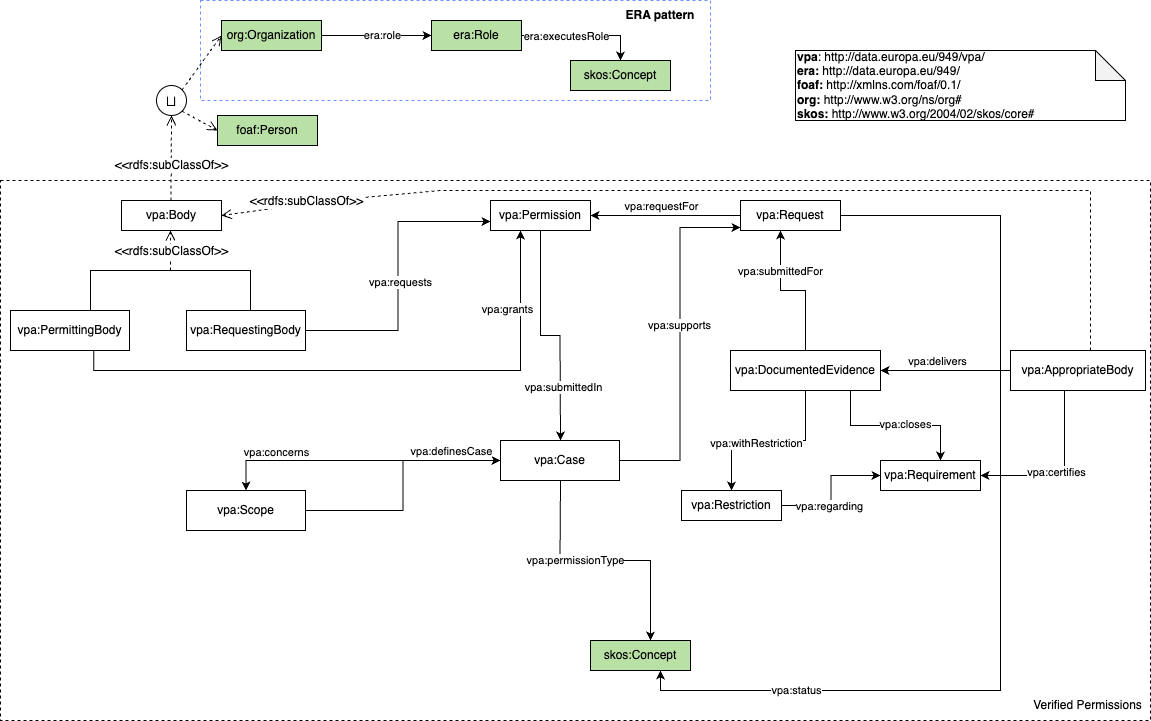
gatemezing/Ontology_Workflow_Testing keeps this draw.io diagram as vpa-doc/doc/resources/img/vpa-onto.png. Above is the earlier version. Source tidied: cells renumbered, new cells last; positions are measured from the earlier drawing's top-left corner, leaving out a move shared by most shapes.
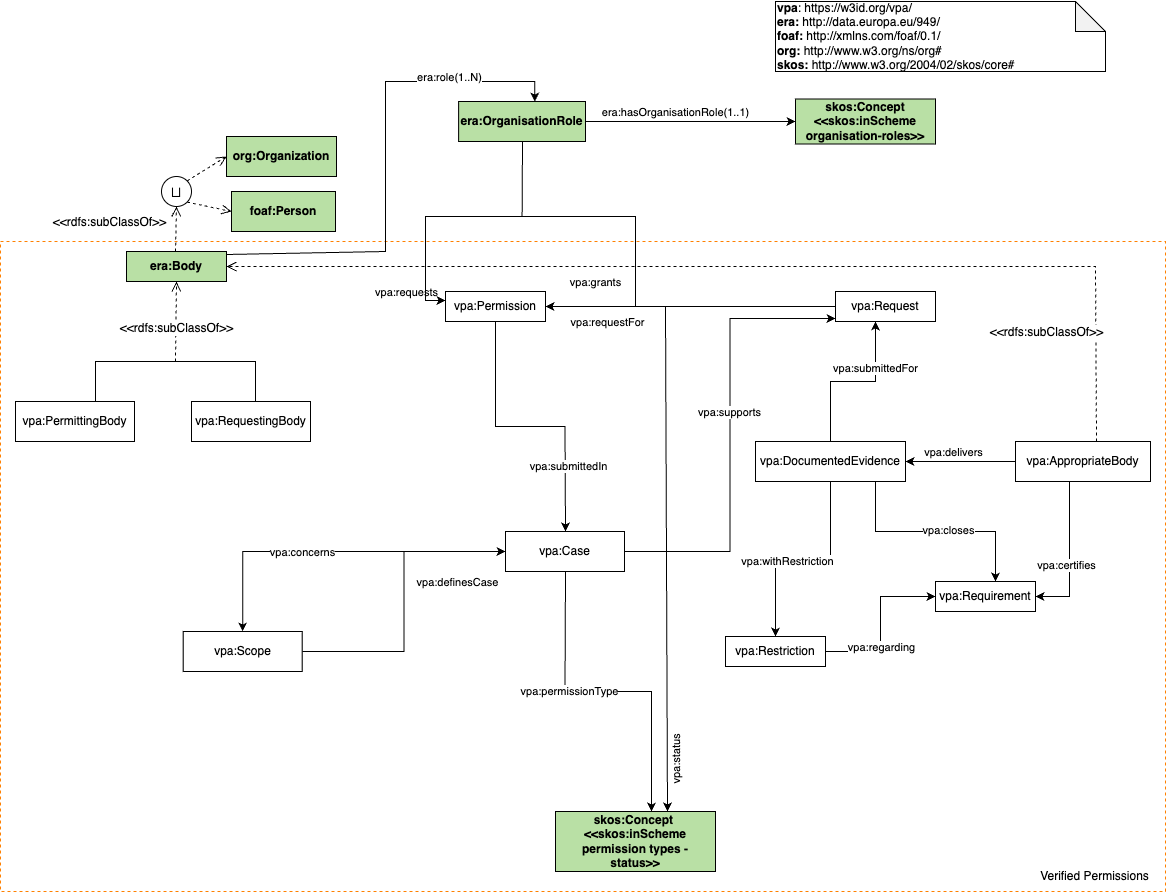
Later version of the same file.

What changed in the source:
```diff
@@ -4,10 +4,7 @@
     <mxCell id="1" parent="0" />
-    <mxCell id="2" style="rounded=0;whiteSpace=wrap;html=1;dashed=1;" parent="1" vertex="1">
-      <mxGeometry y="180" width="1150" height="540" as="geometry" />
+    <mxCell id="2" style="rounded=0;whiteSpace=wrap;html=1;dashed=1;strokeColor=#FF8000;" parent="1" vertex="1">
+      <mxGeometry x="-5" y="150" width="1165" height="650" as="geometry" />
     </mxCell>
-    <mxCell id="3" style="rounded=0;whiteSpace=wrap;html=1;dashed=1;strokeColor=#6991FF;" parent="1" vertex="1">
-      <mxGeometry x="200" width="510" height="100" as="geometry" />
-    </mxCell>
-    <mxCell id="4" value="&lt;div&gt;&lt;b&gt;vpa&lt;/b&gt;:&amp;nbsp;&lt;span style=&quot;background-color: initial;&quot;&gt;http://data.europa.eu/949/vpa/&lt;/span&gt;&lt;/div&gt;&lt;div&gt;&lt;b style=&quot;background-color: initial;&quot;&gt;era:&lt;/b&gt;&lt;span style=&quot;background-color: initial;&quot;&gt; http://data.europa.eu/949/&lt;/span&gt;&lt;/div&gt;&lt;div&gt;&lt;span style=&quot;background-color: initial;&quot;&gt;&lt;b&gt;foaf:&amp;nbsp;&lt;/b&gt;&lt;/span&gt;&lt;span style=&quot;background-color: initial;&quot;&gt;http://xmlns.com/foaf/0.1/&lt;/span&gt;&lt;/div&gt;&lt;b&gt;org:&amp;nbsp;&lt;/b&gt;http://www.w3.org/ns/org#&lt;div&gt;&lt;b&gt;skos:&lt;/b&gt;&lt;span style=&quot;background-color: initial;&quot;&gt;&amp;nbsp;http://www.w3.org/2004/02/skos/core#&lt;/span&gt;&lt;/div&gt;" style="shape=note;whiteSpace=wrap;html=1;backgroundOutline=1;darkOpacity=0.05;align=left;rotation=0;" parent="1" vertex="1">
-      <mxGeometry x="795" y="50" width="330" height="70" as="geometry" />
+    <mxCell id="4" value="&lt;div&gt;&lt;b&gt;vpa&lt;/b&gt;:&amp;nbsp;&lt;span style=&quot;background-color: initial;&quot;&gt;https://w3id.org/vpa/&lt;/span&gt;&lt;/div&gt;&lt;div&gt;&lt;b style=&quot;background-color: initial;&quot;&gt;era:&lt;/b&gt;&lt;span style=&quot;background-color: initial;&quot;&gt; http://data.europa.eu/949/&lt;/span&gt;&lt;/div&gt;&lt;div&gt;&lt;span style=&quot;background-color: initial;&quot;&gt;&lt;b&gt;foaf:&amp;nbsp;&lt;/b&gt;&lt;/span&gt;&lt;span style=&quot;background-color: initial;&quot;&gt;http://xmlns.com/foaf/0.1/&lt;/span&gt;&lt;/div&gt;&lt;b&gt;org:&amp;nbsp;&lt;/b&gt;http://www.w3.org/ns/org#&lt;div&gt;&lt;b&gt;skos:&lt;/b&gt;&lt;span style=&quot;background-color: initial;&quot;&gt;&amp;nbsp;http://www.w3.org/2004/02/skos/core#&lt;/span&gt;&lt;/div&gt;" style="shape=note;whiteSpace=wrap;html=1;backgroundOutline=1;darkOpacity=0.05;align=left;rotation=0;" parent="1" vertex="1">
+      <mxGeometry x="770" y="-90" width="330" height="70" as="geometry" />
     </mxCell>
@@ -16,4 +13,4 @@
     </mxCell>
-    <mxCell id="6" value="foaf:Person" style="rounded=0;whiteSpace=wrap;html=1;snapToPoint=1;points=[[0.1,0],[0.2,0],[0.3,0],[0.4,0],[0.5,0],[0.6,0],[0.7,0],[0.8,0],[0.9,0],[0,0.1],[0,0.3],[0,0.5],[0,0.7],[0,0.9],[0.1,1],[0.2,1],[0.3,1],[0.4,1],[0.5,1],[0.6,1],[0.7,1],[0.8,1],[0.9,1],[1,0.1],[1,0.3],[1,0.5],[1,0.7],[1,0.9]];fillColor=#B9E0A5;" parent="1" vertex="1">
-      <mxGeometry x="217" y="115" width="100" height="30" as="geometry" />
+    <mxCell id="6" value="&lt;b&gt;foaf:Person&lt;/b&gt;" style="rounded=0;whiteSpace=wrap;html=1;snapToPoint=1;points=[[0.1,0],[0.2,0],[0.3,0],[0.4,0],[0.5,0],[0.6,0],[0.7,0],[0.8,0],[0.9,0],[0,0.1],[0,0.3],[0,0.5],[0,0.7],[0,0.9],[0.1,1],[0.2,1],[0.3,1],[0.4,1],[0.5,1],[0.6,1],[0.7,1],[0.8,1],[0.9,1],[1,0.1],[1,0.3],[1,0.5],[1,0.7],[1,0.9]];fillColor=#B9E0A5;" parent="1" vertex="1">
+      <mxGeometry x="226" y="100" width="104" height="40" as="geometry" />
     </mxCell>
@@ -25,13 +22,14 @@
     </mxCell>
+    <mxCell id="68" style="edgeStyle=orthogonalEdgeStyle;rounded=0;jettySize=auto;html=1;entryX=0.6;entryY=0;entryDx=0;entryDy=0;" parent="1" edge="1" source="9" target="17">
+      <mxGeometry relative="1" as="geometry">
+        <Array as="points">
+          <mxPoint x="380" y="160" />
+          <mxPoint x="380" y="-10" />
+          <mxPoint x="529" y="-10" />
+        </Array>
+      </mxGeometry>
+    </mxCell>
-    <mxCell id="9" value="vpa:Body" style="rounded=0;whiteSpace=wrap;html=1;snapToPoint=1;points=[[0.1,0],[0.2,0],[0.3,0],[0.4,0],[0.5,0],[0.6,0],[0.7,0],[0.8,0],[0.9,0],[0,0.1],[0,0.3],[0,0.5],[0,0.7],[0,0.9],[0.1,1],[0.2,1],[0.3,1],[0.4,1],[0.5,1],[0.6,1],[0.7,1],[0.8,1],[0.9,1],[1,0.1],[1,0.3],[1,0.5],[1,0.7],[1,0.9]];" parent="1" vertex="1">
-      <mxGeometry x="121" y="200" width="100" height="30" as="geometry" />
+    <mxCell id="9" value="&lt;b&gt;era:Body&lt;/b&gt;" style="rounded=0;whiteSpace=wrap;html=1;snapToPoint=1;points=[[0.1,0],[0.2,0],[0.3,0],[0.4,0],[0.5,0],[0.6,0],[0.7,0],[0.8,0],[0.9,0],[0,0.1],[0,0.3],[0,0.5],[0,0.7],[0,0.9],[0.1,1],[0.2,1],[0.3,1],[0.4,1],[0.5,1],[0.6,1],[0.7,1],[0.8,1],[0.9,1],[1,0.1],[1,0.3],[1,0.5],[1,0.7],[1,0.9]];fillColor=#B9E0A5;" parent="1" vertex="1">
+      <mxGeometry x="121" y="160" width="100" height="30" as="geometry" />
     </mxCell>
-    <mxCell id="10" style="edgeStyle=orthogonalEdgeStyle;rounded=0;jettySize=auto;html=1;entryX=0.3;entryY=1;entryDx=0;entryDy=0;exitX=0.7;exitY=1;exitDx=0;exitDy=0;" parent="1" edge="1" source="12" target="32">
-      <mxGeometry relative="1" as="geometry" />
-    </mxCell>
-    <mxCell id="11" value="vpa:grants" style="edgeLabel;html=1;align=center;verticalAlign=middle;" parent="10" vertex="1">
-      <mxGeometry x="0.73" relative="1" as="geometry">
-        <mxPoint x="-14" as="offset" />
-      </mxGeometry>
-    </mxCell>
     <mxCell id="12" value="vpa:PermittingBody" style="rounded=0;whiteSpace=wrap;html=1;snapToPoint=1;points=[[0.1,0],[0.2,0],[0.3,0],[0.4,0],[0.5,0],[0.6,0],[0.7,0],[0.8,0],[0.9,0],[0,0.1],[0,0.3],[0,0.5],[0,0.7],[0,0.9],[0.1,1],[0.2,1],[0.3,1],[0.4,1],[0.5,1],[0.6,1],[0.7,1],[0.8,1],[0.9,1],[1,0.1],[1,0.3],[1,0.5],[1,0.7],[1,0.9]];" parent="1" vertex="1">
@@ -39,25 +37,2 @@
     </mxCell>
-    <mxCell id="13" style="group;" parent="1" vertex="1">
-      <mxGeometry x="221" y="20" width="560" height="30" as="geometry" />
-    </mxCell>
-    <mxCell id="14" style="edgeStyle=orthogonalEdgeStyle;rounded=0;jettySize=auto;html=1;" parent="13" edge="1" source="16" target="17">
-      <mxGeometry relative="1" as="geometry" />
-    </mxCell>
-    <mxCell id="15" value="era:role" style="edgeLabel;html=1;align=center;verticalAlign=middle;" parent="14" vertex="1">
-      <mxGeometry x="0.09" y="1" relative="1" as="geometry" />
-    </mxCell>
-    <mxCell id="16" value="org:Organization" style="rounded=0;whiteSpace=wrap;html=1;snapToPoint=1;points=[[0.1,0],[0.2,0],[0.3,0],[0.4,0],[0.5,0],[0.6,0],[0.7,0],[0.8,0],[0.9,0],[0,0.1],[0,0.3],[0,0.5],[0,0.7],[0,0.9],[0.1,1],[0.2,1],[0.3,1],[0.4,1],[0.5,1],[0.6,1],[0.7,1],[0.8,1],[0.9,1],[1,0.1],[1,0.3],[1,0.5],[1,0.7],[1,0.9]];fillColor=#B9E0A5;" parent="13" vertex="1">
-      <mxGeometry width="100" height="30" as="geometry" />
-    </mxCell>
-    <mxCell id="17" value="era:Role" style="rounded=0;whiteSpace=wrap;html=1;snapToPoint=1;points=[[0.1,0],[0.2,0],[0.3,0],[0.4,0],[0.5,0],[0.6,0],[0.7,0],[0.8,0],[0.9,0],[0,0.1],[0,0.3],[0,0.5],[0,0.7],[0,0.9],[0.1,1],[0.2,1],[0.3,1],[0.4,1],[0.5,1],[0.6,1],[0.7,1],[0.8,1],[0.9,1],[1,0.1],[1,0.3],[1,0.5],[1,0.7],[1,0.9]];fillColor=#B9E0A5;" parent="13" vertex="1">
-      <mxGeometry x="210" width="90" height="30" as="geometry" />
-    </mxCell>
-    <mxCell id="18" style="edgeStyle=orthogonalEdgeStyle;rounded=0;jettySize=auto;html=1;entryX=0;entryY=0.7;entryDx=0;entryDy=0;" parent="1" edge="1" source="20" target="32">
-      <mxGeometry relative="1" as="geometry" />
-    </mxCell>
-    <mxCell id="19" value="vpa:requests" style="edgeLabel;html=1;align=center;verticalAlign=middle;" parent="18" vertex="1">
-      <mxGeometry x="-0.04" y="-1" relative="1" as="geometry">
-        <mxPoint x="1" y="1" as="offset" />
-      </mxGeometry>
-    </mxCell>
     <mxCell id="20" value="vpa:RequestingBody" style="rounded=0;whiteSpace=wrap;html=1;snapToPoint=1;points=[[0.1,0],[0.2,0],[0.3,0],[0.4,0],[0.5,0],[0.6,0],[0.7,0],[0.8,0],[0.9,0],[0,0.1],[0,0.3],[0,0.5],[0,0.7],[0,0.9],[0.1,1],[0.2,1],[0.3,1],[0.4,1],[0.5,1],[0.6,1],[0.7,1],[0.8,1],[0.9,1],[1,0.1],[1,0.3],[1,0.5],[1,0.7],[1,0.9]];" parent="1" vertex="1">
@@ -74,6 +49,5 @@
     </mxCell>
-    <mxCell id="22" style="endArrow=open;html=1;fontColor=#000099;endFill=0;dashed=1;entryX=0.5;entryY=1;entryDx=0;entryDy=0;endSize=8;arcSize=0;rounded=0;" parent="1" edge="1">
+    <mxCell id="22" style="endArrow=open;html=1;fontColor=#000099;endFill=0;dashed=1;entryX=0.5;entryY=1;entryDx=0;entryDy=0;endSize=8;arcSize=0;rounded=0;" parent="1" edge="1" target="9">
       <mxGeometry relative="1" as="geometry">
         <mxPoint x="170" y="270" as="sourcePoint" />
-        <mxPoint x="170" y="230" as="targetPoint" />
       </mxGeometry>
@@ -87,3 +61,3 @@
       <mxGeometry relative="1" as="geometry">
-        <mxPoint x="170.5" y="200" as="sourcePoint" />
+        <mxPoint x="170" y="160" as="sourcePoint" />
       </mxGeometry>
@@ -92,7 +66,7 @@
       <mxGeometry x="-0.33" relative="1" as="geometry">
-        <mxPoint y="-7" as="offset" />
+        <mxPoint x="-67" y="-15" as="offset" />
       </mxGeometry>
     </mxCell>
-    <mxCell id="26" value="skos:Concept" style="rounded=0;whiteSpace=wrap;html=1;snapToPoint=1;points=[[0.1,0],[0.2,0],[0.3,0],[0.4,0],[0.5,0],[0.6,0],[0.7,0],[0.8,0],[0.9,0],[0,0.1],[0,0.3],[0,0.5],[0,0.7],[0,0.9],[0.1,1],[0.2,1],[0.3,1],[0.4,1],[0.5,1],[0.6,1],[0.7,1],[0.8,1],[0.9,1],[1,0.1],[1,0.3],[1,0.5],[1,0.7],[1,0.9]];fillColor=#B9E0A5;" parent="1" vertex="1">
-      <mxGeometry x="570" y="60" width="100" height="30" as="geometry" />
+    <mxCell id="26" value="&lt;b&gt;skos:Concept &amp;lt;&amp;lt;skos:inScheme organisation-roles&amp;gt;&amp;gt;&lt;/b&gt;" style="rounded=0;whiteSpace=wrap;html=1;snapToPoint=1;points=[[0.1,0],[0.2,0],[0.3,0],[0.4,0],[0.5,0],[0.6,0],[0.7,0],[0.8,0],[0.9,0],[0,0.1],[0,0.3],[0,0.5],[0,0.7],[0,0.9],[0.1,1],[0.2,1],[0.3,1],[0.4,1],[0.5,1],[0.6,1],[0.7,1],[0.8,1],[0.9,1],[1,0.1],[1,0.3],[1,0.5],[1,0.7],[1,0.9]];fillColor=#B9E0A5;" parent="1" vertex="1">
+      <mxGeometry x="790" y="7.5" width="140" height="45" as="geometry" />
     </mxCell>
@@ -101,8 +75,7 @@
     </mxCell>
-    <mxCell id="28" value="era:executesRole" style="edgeLabel;html=1;align=center;verticalAlign=middle;" parent="27" vertex="1">
-      <mxGeometry x="-0.29" relative="1" as="geometry" />
+    <mxCell id="28" value="era:hasOrganisationRole(1..1)" style="edgeLabel;html=1;align=center;verticalAlign=middle;" parent="27" vertex="1">
+      <mxGeometry x="-0.29" relative="1" as="geometry">
+        <mxPoint x="14" y="-10" as="offset" />
+      </mxGeometry>
     </mxCell>
-    <mxCell id="29" value="&lt;b&gt;ERA pattern&lt;/b&gt;" style="text;html=1;align=center;verticalAlign=middle;whiteSpace=wrap;rounded=0;" parent="1" vertex="1">
-      <mxGeometry x="620" width="80" height="30" as="geometry" />
-    </mxCell>
     <mxCell id="30" style="edgeStyle=orthogonalEdgeStyle;rounded=0;jettySize=auto;html=1;" parent="1" edge="1" source="32" target="51">
@@ -114,3 +87,3 @@
     <mxCell id="32" value="vpa:Permission" style="rounded=0;whiteSpace=wrap;html=1;snapToPoint=1;points=[[0.1,0],[0.2,0],[0.3,0],[0.4,0],[0.5,0],[0.6,0],[0.7,0],[0.8,0],[0.9,0],[0,0.1],[0,0.3],[0,0.5],[0,0.7],[0,0.9],[0.1,1],[0.2,1],[0.3,1],[0.4,1],[0.5,1],[0.6,1],[0.7,1],[0.8,1],[0.9,1],[1,0.1],[1,0.3],[1,0.5],[1,0.7],[1,0.9]];" parent="1" vertex="1">
-      <mxGeometry x="490" y="200" width="100" height="30" as="geometry" />
+      <mxGeometry x="440" y="200" width="100" height="30" as="geometry" />
     </mxCell>
@@ -121,11 +94,9 @@
       <mxGeometry x="0.11" y="4" relative="1" as="geometry">
-        <mxPoint x="3" y="-14" as="offset" />
+        <mxPoint x="-69" y="11" as="offset" />
       </mxGeometry>
     </mxCell>
-    <mxCell id="35" style="edgeStyle=orthogonalEdgeStyle;rounded=0;jettySize=auto;html=1;entryX=0.7;entryY=1;entryDx=0;entryDy=0;" parent="1" edge="1" source="37" target="55">
+    <mxCell id="35" style="edgeStyle=orthogonalEdgeStyle;rounded=0;jettySize=auto;html=1;" parent="1" edge="1" source="37" target="55">
       <mxGeometry relative="1" as="geometry">
         <Array as="points">
-          <mxPoint x="1000" y="215" />
-          <mxPoint x="1000" y="690" />
-          <mxPoint x="660" y="690" />
+          <mxPoint x="660" y="215" />
         </Array>
@@ -133,7 +104,4 @@
     </mxCell>
-    <mxCell id="36" value="vpa:status" style="edgeLabel;html=1;align=center;verticalAlign=middle;" parent="35" vertex="1">
-      <mxGeometry x="0.69" y="-1" relative="1" as="geometry" />
-    </mxCell>
     <mxCell id="37" value="vpa:Request" style="rounded=0;whiteSpace=wrap;html=1;snapToPoint=1;points=[[0.1,0],[0.2,0],[0.3,0],[0.4,0],[0.5,0],[0.6,0],[0.7,0],[0.8,0],[0.9,0],[0,0.1],[0,0.3],[0,0.5],[0,0.7],[0,0.9],[0.1,1],[0.2,1],[0.3,1],[0.4,1],[0.5,1],[0.6,1],[0.7,1],[0.8,1],[0.9,1],[1,0.1],[1,0.3],[1,0.5],[1,0.7],[1,0.9]];" parent="1" vertex="1">
-      <mxGeometry x="740" y="200" width="100" height="30" as="geometry" />
+      <mxGeometry x="830" y="200" width="100" height="30" as="geometry" />
     </mxCell>
@@ -158,3 +126,3 @@
     <mxCell id="44" value="vpa:DocumentedEvidence" style="rounded=0;whiteSpace=wrap;html=1;snapToPoint=1;points=[[0.1,0],[0.2,0],[0.3,0],[0.4,0],[0.5,0],[0.6,0],[0.7,0],[0.8,0],[0.9,0],[0,0.1],[0,0.3],[0,0.5],[0,0.7],[0,0.9],[0.1,1],[0.2,1],[0.3,1],[0.4,1],[0.5,1],[0.6,1],[0.7,1],[0.8,1],[0.9,1],[1,0.1],[1,0.3],[1,0.5],[1,0.7],[1,0.9]];" parent="1" vertex="1">
-      <mxGeometry x="730" y="350" width="150" height="40" as="geometry" />
+      <mxGeometry x="750" y="350" width="150" height="40" as="geometry" />
     </mxCell>
@@ -177,5 +145,5 @@
     </mxCell>
-    <mxCell id="50" value="vpa:concerns" style="edgeLabel;html=1;align=center;verticalAlign=middle;" parent="49" vertex="1">
+    <mxCell id="50" value="vpa:requests" style="edgeLabel;html=1;align=center;verticalAlign=middle;" parent="49" vertex="1">
       <mxGeometry x="0.56" y="1" relative="1" as="geometry">
-        <mxPoint x="-3" y="-10" as="offset" />
+        <mxPoint x="162" y="-264" as="offset" />
       </mxGeometry>
@@ -194,6 +162,6 @@
     <mxCell id="54" value="vpa:Scope" style="rounded=0;whiteSpace=wrap;html=1;snapToPoint=1;points=[[0.1,0],[0.2,0],[0.3,0],[0.4,0],[0.5,0],[0.6,0],[0.7,0],[0.8,0],[0.9,0],[0,0.1],[0,0.3],[0,0.5],[0,0.7],[0,0.9],[0.1,1],[0.2,1],[0.3,1],[0.4,1],[0.5,1],[0.6,1],[0.7,1],[0.8,1],[0.9,1],[1,0.1],[1,0.3],[1,0.5],[1,0.7],[1,0.9]];" parent="1" vertex="1">
-      <mxGeometry x="186" y="490" width="119" height="40" as="geometry" />
+      <mxGeometry x="177.7" y="540" width="119" height="40" as="geometry" />
     </mxCell>
-    <mxCell id="55" value="skos:Concept" style="rounded=0;whiteSpace=wrap;html=1;snapToPoint=1;points=[[0.1,0],[0.2,0],[0.3,0],[0.4,0],[0.5,0],[0.6,0],[0.7,0],[0.8,0],[0.9,0],[0,0.1],[0,0.3],[0,0.5],[0,0.7],[0,0.9],[0.1,1],[0.2,1],[0.3,1],[0.4,1],[0.5,1],[0.6,1],[0.7,1],[0.8,1],[0.9,1],[1,0.1],[1,0.3],[1,0.5],[1,0.7],[1,0.9]];fillColor=#B9E0A5;" parent="1" vertex="1">
-      <mxGeometry x="590" y="640" width="100" height="30" as="geometry" />
+    <mxCell id="55" value="&lt;b&gt;skos:Concept&amp;nbsp;&lt;/b&gt;&lt;div&gt;&lt;b&gt;&amp;lt;&amp;lt;skos:inScheme permission types - status&amp;gt;&amp;gt;&lt;/b&gt;&lt;/div&gt;" style="rounded=0;whiteSpace=wrap;html=1;snapToPoint=1;points=[[0.1,0],[0.2,0],[0.3,0],[0.4,0],[0.5,0],[0.6,0],[0.7,0],[0.8,0],[0.9,0],[0,0.1],[0,0.3],[0,0.5],[0,0.7],[0,0.9],[0.1,1],[0.2,1],[0.3,1],[0.4,1],[0.5,1],[0.6,1],[0.7,1],[0.8,1],[0.9,1],[1,0.1],[1,0.3],[1,0.5],[1,0.7],[1,0.9]];fillColor=#B9E0A5;" parent="1" vertex="1">
+      <mxGeometry x="550" y="720" width="160" height="60" as="geometry" />
     </mxCell>
@@ -206,6 +174,6 @@
     <mxCell id="58" value="vpa:Restriction" style="rounded=0;whiteSpace=wrap;html=1;snapToPoint=1;points=[[0.1,0],[0.2,0],[0.3,0],[0.4,0],[0.5,0],[0.6,0],[0.7,0],[0.8,0],[0.9,0],[0,0.1],[0,0.3],[0,0.5],[0,0.7],[0,0.9],[0.1,1],[0.2,1],[0.3,1],[0.4,1],[0.5,1],[0.6,1],[0.7,1],[0.8,1],[0.9,1],[1,0.1],[1,0.3],[1,0.5],[1,0.7],[1,0.9]];" parent="1" vertex="1">
-      <mxGeometry x="681" y="490" width="100" height="30" as="geometry" />
+      <mxGeometry x="720" y="545" width="100" height="30" as="geometry" />
     </mxCell>
     <mxCell id="59" value="vpa:Requirement" style="rounded=0;whiteSpace=wrap;html=1;snapToPoint=1;points=[[0.1,0],[0.2,0],[0.3,0],[0.4,0],[0.5,0],[0.6,0],[0.7,0],[0.8,0],[0.9,0],[0,0.1],[0,0.3],[0,0.5],[0,0.7],[0,0.9],[0.1,1],[0.2,1],[0.3,1],[0.4,1],[0.5,1],[0.6,1],[0.7,1],[0.8,1],[0.9,1],[1,0.1],[1,0.3],[1,0.5],[1,0.7],[1,0.9]];" parent="1" vertex="1">
-      <mxGeometry x="880" y="460" width="100" height="30" as="geometry" />
+      <mxGeometry x="930" y="490" width="100" height="30" as="geometry" />
     </mxCell>
@@ -228,9 +196,7 @@
     </mxCell>
-    <mxCell id="65" style="endArrow=open;html=1;fontColor=#000099;endFill=0;dashed=1;entryX=1;entryY=0.5;entryDx=0;entryDy=0;endSize=8;arcSize=0;rounded=0;" parent="1" edge="1" target="9">
+    <mxCell id="65" style="endArrow=open;html=1;fontColor=#000099;endFill=0;dashed=1;endSize=8;arcSize=0;rounded=0;exitX=0.6;exitY=0;exitDx=0;exitDy=0;entryX=1;entryY=0.5;entryDx=0;entryDy=0;" parent="1" edge="1" source="64" target="9">
       <mxGeometry relative="1" as="geometry">
-        <mxPoint x="1090" y="350" as="sourcePoint" />
         <Array as="points">
-          <mxPoint x="1090" y="190" />
-          <mxPoint x="440" y="190" />
-          <mxPoint x="330" y="200" />
+          <mxPoint x="1090" y="175" />
+          <mxPoint x="440" y="175" />
         </Array>
@@ -240,8 +206,42 @@
       <mxGeometry x="-0.33" relative="1" as="geometry">
-        <mxPoint x="-599" y="10" as="offset" />
+        <mxPoint x="126" y="65" as="offset" />
       </mxGeometry>
     </mxCell>
+    <mxCell id="16" value="&lt;b&gt;org:Organization&lt;/b&gt;" style="rounded=0;whiteSpace=wrap;html=1;snapToPoint=1;points=[[0.1,0],[0.2,0],[0.3,0],[0.4,0],[0.5,0],[0.6,0],[0.7,0],[0.8,0],[0.9,0],[0,0.1],[0,0.3],[0,0.5],[0,0.7],[0,0.9],[0.1,1],[0.2,1],[0.3,1],[0.4,1],[0.5,1],[0.6,1],[0.7,1],[0.8,1],[0.9,1],[1,0.1],[1,0.3],[1,0.5],[1,0.7],[1,0.9]];fillColor=#B9E0A5;" parent="1" vertex="1">
+      <mxGeometry x="221" y="45" width="110" height="40" as="geometry" />
+    </mxCell>
+    <mxCell id="69" style="edgeStyle=orthogonalEdgeStyle;rounded=0;jettySize=auto;html=1;" parent="1" edge="1" source="17" target="32">
+      <mxGeometry relative="1" as="geometry">
+        <Array as="points">
+          <mxPoint x="517" y="125" />
+          <mxPoint x="630" y="125" />
+          <mxPoint x="630" y="215" />
+        </Array>
+      </mxGeometry>
+    </mxCell>
+    <mxCell id="70" style="edgeStyle=orthogonalEdgeStyle;rounded=0;jettySize=auto;html=1;entryX=0;entryY=0.3;entryDx=0;entryDy=0;" parent="1" edge="1" source="17" target="32">
+      <mxGeometry relative="1" as="geometry" />
+    </mxCell>
+    <mxCell id="17" value="&lt;b&gt;era:OrganisationRole&lt;/b&gt;" style="rounded=0;whiteSpace=wrap;html=1;snapToPoint=1;points=[[0.1,0],[0.2,0],[0.3,0],[0.4,0],[0.5,0],[0.6,0],[0.7,0],[0.8,0],[0.9,0],[0,0.1],[0,0.3],[0,0.5],[0,0.7],[0,0.9],[0.1,1],[0.2,1],[0.3,1],[0.4,1],[0.5,1],[0.6,1],[0.7,1],[0.8,1],[0.9,1],[1,0.1],[1,0.3],[1,0.5],[1,0.7],[1,0.9]];fillColor=#B9E0A5;" parent="1" vertex="1">
+      <mxGeometry x="453.1" y="10" width="126.9" height="40" as="geometry" />
+    </mxCell>
+    <mxCell id="11" value="vpa:grants" style="edgeLabel;html=1;align=center;verticalAlign=middle;" parent="1" vertex="1">
+      <mxGeometry x="590" y="190" as="geometry" />
+    </mxCell>
+    <mxCell id="71" value="vpa:concerns" style="edgeLabel;html=1;align=center;verticalAlign=middle;" parent="1" vertex="1">
+      <mxGeometry x="296.7" y="460" as="geometry" />
+    </mxCell>
+    <mxCell id="36" value="vpa:status" style="edgeLabel;html=1;align=center;verticalAlign=middle;rotation=-90;" parent="1" vertex="1">
+      <mxGeometry x="680" y="670" as="geometry">
+        <mxPoint x="1" y="-10" as="offset" />
+      </mxGeometry>
+    </mxCell>
     <mxCell id="67" value="Verified Permissions" style="text;html=1;align=center;verticalAlign=middle;whiteSpace=wrap;rounded=0;fontFamily=Helvetica;fontSize=12;fontColor=default;" parent="1" vertex="1">
-      <mxGeometry x="1030" y="690" width="115" height="30" as="geometry" />
+      <mxGeometry x="1032.5" y="770" width="112.5" height="30" as="geometry" />
     </mxCell>
+    <mxCell id="72" value="era:role(1..N)" style="edgeLabel;html=1;align=center;verticalAlign=middle;" parent="1" vertex="1">
+      <mxGeometry x="87.7" y="-20" as="geometry">
+        <mxPoint x="356" y="5" as="offset" />
+      </mxGeometry>
+    </mxCell>
   </root>
```
